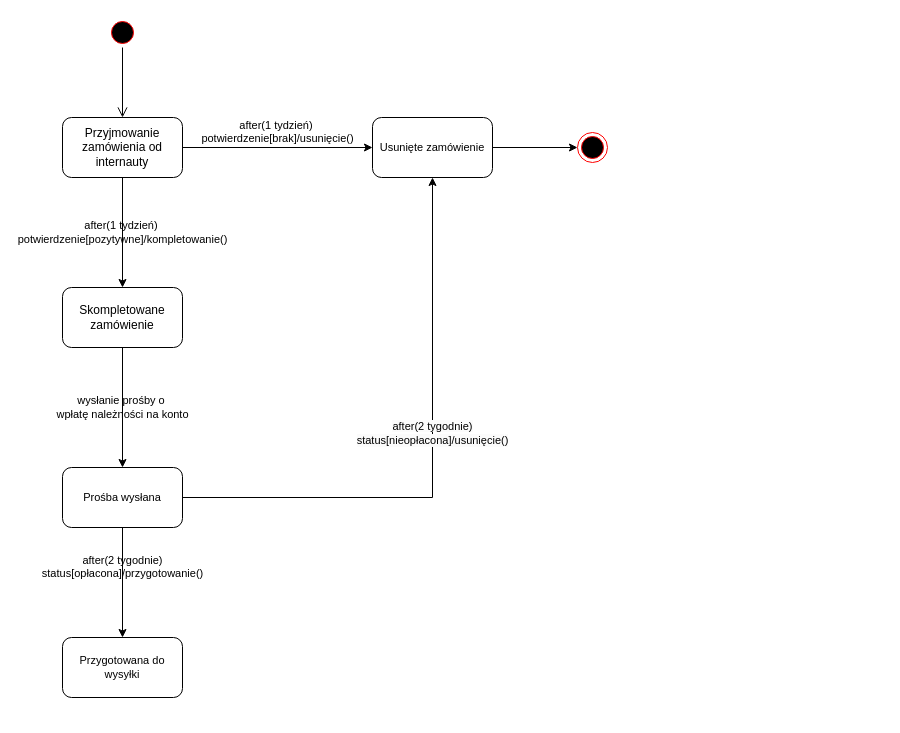
This is Diagram stanów wejściówka.drawio from Dziecky/UML, a draw.io file, before an edit. Source tidied: cells renumbered, new cells numbered last; positions are measured from the earlier drawing's top-left corner, leaving out a move shared by most shapes. Both pictures are drawn from the tidied source at 100%, with x=0, y=0 at pixel (62, 17).
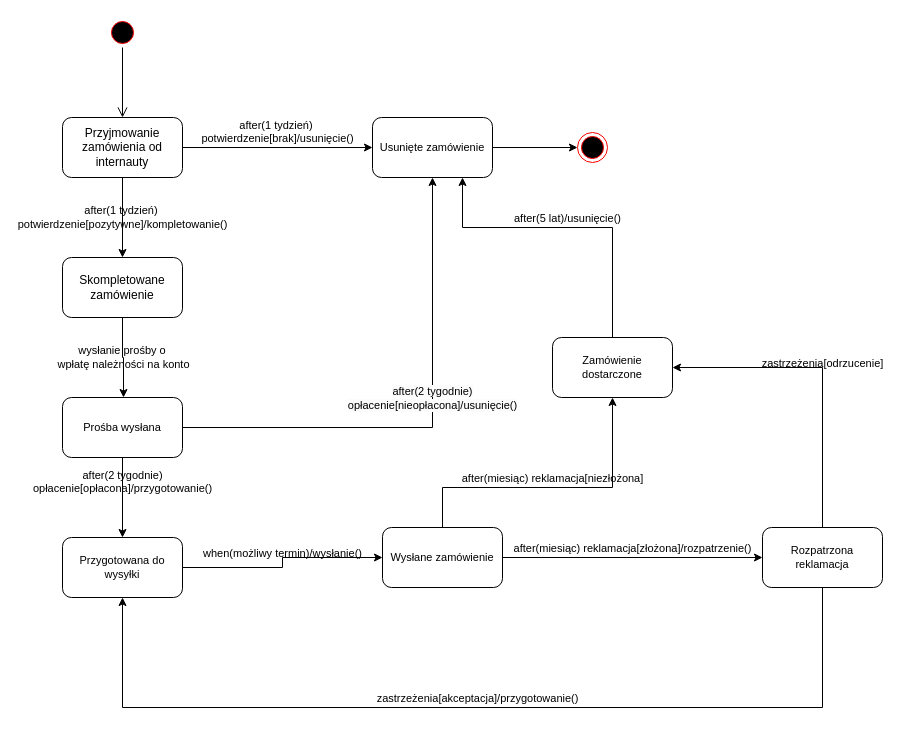
Above is the later version.

Unchanged cells that the change refers to:
```xml
<mxCell id="14" value="Usunięte zamówienie" style="rounded=1;whiteSpace=wrap;html=1;fontFamily=Helvetica;fontSize=11;fontColor=default;labelBackgroundColor=none;" parent="1" vertex="1">
  <mxGeometry x="310" y="100" width="120" height="60" as="geometry" />
</mxCell>
```

Change to the diagram source:
```diff
@@
     <mxCell id="7" value="wysłanie prośby o&amp;nbsp;&lt;div&gt;wpłatę należności na konto&lt;/div&gt;" style="edgeStyle=orthogonalEdgeStyle;rounded=0;jettySize=auto;html=1;labelBackgroundColor=none;" parent="1" edge="1" source="8" target="11">
       <mxGeometry relative="1" as="geometry">
         <Array as="points">
-          <mxPoint x="60" y="500" />
-          <mxPoint x="61" y="500" />
+          <mxPoint x="60" y="340" />
+          <mxPoint x="61" y="340" />
         </Array>
       </mxGeometry>
     </mxCell>
     <mxCell id="8" value="Skompletowane zamówienie" style="rounded=1;whiteSpace=wrap;html=1;" parent="1" vertex="1">
-      <mxGeometry y="270" width="120" height="60" as="geometry" />
+      <mxGeometry y="240" width="120" height="60" as="geometry" />
     </mxCell>
-    <mxCell id="9" value="after(2 tygodnie)&lt;div&gt;status[opłacona]/przygotowanie()&lt;/div&gt;" style="edgeStyle=orthogonalEdgeStyle;rounded=0;jettySize=auto;html=1;strokeColor=default;align=center;verticalAlign=bottom;fontFamily=Helvetica;fontSize=11;fontColor=default;labelBackgroundColor=none;endArrow=classic;" parent="1" edge="1" source="11" target="12">
+    <mxCell id="9" value="after(2 tygodnie)&lt;div&gt;opłacenie[opłacona]/przygotowanie()&lt;/div&gt;" style="edgeStyle=orthogonalEdgeStyle;rounded=0;jettySize=auto;html=1;strokeColor=default;align=center;verticalAlign=bottom;fontFamily=Helvetica;fontSize=11;fontColor=default;labelBackgroundColor=none;endArrow=classic;" parent="1" edge="1" source="11" target="12">
       <mxGeometry relative="1" as="geometry" />
     </mxCell>
-    <mxCell id="10" value="&lt;br&gt;&lt;span style=&quot;color: rgb(0, 0, 0); font-family: Helvetica; font-size: 11px; font-style: normal; font-variant-ligatures: normal; font-variant-caps: normal; font-weight: 400; letter-spacing: normal; orphans: 2; text-align: center; text-indent: 0px; text-transform: none; widows: 2; word-spacing: 0px; -webkit-text-stroke-width: 0px; white-space: nowrap; background-color: rgb(251, 251, 251); text-decoration-thickness: initial; text-decoration-style: initial; text-decoration-color: initial; display: inline !important; float: none;&quot;&gt;after(2 tygodnie)&lt;/span&gt;&lt;div style=&quot;forced-color-adjust: none; color: rgb(0, 0, 0); font-family: Helvetica; font-size: 11px; font-style: normal; font-variant-ligatures: normal; font-variant-caps: normal; font-weight: 400; letter-spacing: normal; orphans: 2; text-align: center; text-indent: 0px; text-transform: none; widows: 2; word-spacing: 0px; -webkit-text-stroke-width: 0px; white-space: nowrap; background-color: rgb(251, 251, 251); text-decoration-thickness: initial; text-decoration-style: initial; text-decoration-color: initial;&quot;&gt;status[nieopłacona]/usunięcie()&lt;/div&gt;&lt;div&gt;&lt;br/&gt;&lt;/div&gt;" style="edgeStyle=orthogonalEdgeStyle;rounded=0;jettySize=auto;html=1;strokeColor=default;align=center;verticalAlign=bottom;fontFamily=Helvetica;fontSize=11;fontColor=default;labelBackgroundColor=none;endArrow=classic;" parent="1" edge="1" source="11" target="14">
+    <mxCell id="10" value="&lt;br&gt;&lt;span style=&quot;color: rgb(0, 0, 0); font-family: Helvetica; font-size: 11px; font-style: normal; font-variant-ligatures: normal; font-variant-caps: normal; font-weight: 400; letter-spacing: normal; orphans: 2; text-align: center; text-indent: 0px; text-transform: none; widows: 2; word-spacing: 0px; -webkit-text-stroke-width: 0px; white-space: nowrap; background-color: rgb(251, 251, 251); text-decoration-thickness: initial; text-decoration-style: initial; text-decoration-color: initial; display: inline !important; float: none;&quot;&gt;after(2 tygodnie)&lt;/span&gt;&lt;div style=&quot;forced-color-adjust: none; color: rgb(0, 0, 0); font-family: Helvetica; font-size: 11px; font-style: normal; font-variant-ligatures: normal; font-variant-caps: normal; font-weight: 400; letter-spacing: normal; orphans: 2; text-align: center; text-indent: 0px; text-transform: none; widows: 2; word-spacing: 0px; -webkit-text-stroke-width: 0px; white-space: nowrap; background-color: rgb(251, 251, 251); text-decoration-thickness: initial; text-decoration-style: initial; text-decoration-color: initial;&quot;&gt;opłacenie[nieopłacona]/usunięcie()&lt;/div&gt;&lt;div&gt;&lt;br&gt;&lt;/div&gt;" style="edgeStyle=orthogonalEdgeStyle;rounded=0;jettySize=auto;html=1;strokeColor=default;align=center;verticalAlign=bottom;fontFamily=Helvetica;fontSize=11;fontColor=default;labelBackgroundColor=none;endArrow=classic;" parent="1" edge="1" source="11" target="14">
       <mxGeometry relative="1" as="geometry" />
     </mxCell>
     <mxCell id="11" value="Prośba wysłana" style="rounded=1;whiteSpace=wrap;html=1;fontFamily=Helvetica;fontSize=11;fontColor=default;labelBackgroundColor=none;" parent="1" vertex="1">
-      <mxGeometry y="450" width="120" height="60" as="geometry" />
+      <mxGeometry y="380" width="120" height="60" as="geometry" />
     </mxCell>
+    <mxCell id="16" value="when(możliwy termin)/wysłanie()" style="edgeStyle=orthogonalEdgeStyle;rounded=0;jettySize=auto;html=1;strokeColor=default;align=center;verticalAlign=bottom;fontFamily=Helvetica;fontSize=11;fontColor=default;labelBackgroundColor=none;endArrow=classic;" parent="1" edge="1" source="12" target="19">
+      <mxGeometry relative="1" as="geometry" />
+    </mxCell>
     <mxCell id="12" value="Przygotowana do wysyłki" style="rounded=1;whiteSpace=wrap;html=1;fontFamily=Helvetica;fontSize=11;fontColor=default;labelBackgroundColor=none;" parent="1" vertex="1">
-      <mxGeometry y="620" width="120" height="60" as="geometry" />
+      <mxGeometry y="520" width="120" height="60" as="geometry" />
     </mxCell>
@@
+    <mxCell id="17" value="after(miesiąc) reklamacja[złożona]/rozpatrzenie()" style="edgeStyle=orthogonalEdgeStyle;rounded=0;jettySize=auto;html=1;strokeColor=default;align=center;verticalAlign=bottom;fontFamily=Helvetica;fontSize=11;fontColor=default;labelBackgroundColor=none;endArrow=classic;" parent="1" edge="1" source="19" target="24">
+      <mxGeometry relative="1" as="geometry" />
+    </mxCell>
+    <mxCell id="18" value="after(miesiąc) reklamacja[niezłożona]" style="edgeStyle=orthogonalEdgeStyle;rounded=0;jettySize=auto;html=1;strokeColor=default;align=center;verticalAlign=bottom;fontFamily=Helvetica;fontSize=11;fontColor=default;labelBackgroundColor=none;endArrow=classic;" parent="1" edge="1" source="19" target="21">
+      <mxGeometry relative="1" as="geometry">
+        <Array as="points">
+          <mxPoint x="380" y="470" />
+          <mxPoint x="550" y="470" />
+        </Array>
+      </mxGeometry>
+    </mxCell>
+    <mxCell id="19" value="Wysłane zamówienie" style="rounded=1;whiteSpace=wrap;html=1;fontFamily=Helvetica;fontSize=11;fontColor=default;labelBackgroundColor=none;" parent="1" vertex="1">
+      <mxGeometry x="320" y="510" width="120" height="60" as="geometry" />
+    </mxCell>
+    <mxCell id="20" value="after(5 lat)/usunięcie()" style="edgeStyle=orthogonalEdgeStyle;rounded=0;jettySize=auto;html=1;strokeColor=default;align=center;verticalAlign=bottom;fontFamily=Helvetica;fontSize=11;fontColor=default;labelBackgroundColor=none;endArrow=classic;" parent="1" edge="1" source="21" target="14">
+      <mxGeometry relative="1" as="geometry">
+        <Array as="points">
+          <mxPoint x="550" y="210" />
+          <mxPoint x="400" y="210" />
+        </Array>
+      </mxGeometry>
+    </mxCell>
+    <mxCell id="21" value="Zamówienie dostarczone" style="rounded=1;whiteSpace=wrap;html=1;fontFamily=Helvetica;fontSize=11;fontColor=default;labelBackgroundColor=none;" parent="1" vertex="1">
+      <mxGeometry x="490" y="320" width="120" height="60" as="geometry" />
+    </mxCell>
+    <mxCell id="22" value="zastrzeżenia[akceptacja]/przygotowanie()" style="edgeStyle=orthogonalEdgeStyle;rounded=0;jettySize=auto;html=1;strokeColor=default;align=center;verticalAlign=bottom;fontFamily=Helvetica;fontSize=11;fontColor=default;labelBackgroundColor=none;endArrow=classic;exitX=0.5;exitY=1;exitDx=0;exitDy=0;" parent="1" edge="1" source="24" target="12">
+      <mxGeometry relative="1" as="geometry">
+        <Array as="points">
+          <mxPoint x="760" y="690" />
+          <mxPoint x="60" y="690" />
+        </Array>
+      </mxGeometry>
+    </mxCell>
+    <mxCell id="23" value="zastrzeżenia[odrzucenie]" style="edgeStyle=orthogonalEdgeStyle;rounded=0;jettySize=auto;html=1;strokeColor=default;align=center;verticalAlign=bottom;fontFamily=Helvetica;fontSize=11;fontColor=default;labelBackgroundColor=none;endArrow=classic;" parent="1" edge="1" source="24" target="21">
+      <mxGeometry relative="1" as="geometry">
+        <Array as="points">
+          <mxPoint x="760" y="350" />
+        </Array>
+      </mxGeometry>
+    </mxCell>
+    <mxCell id="24" value="Rozpatrzona reklamacja" style="rounded=1;whiteSpace=wrap;html=1;fontFamily=Helvetica;fontSize=11;fontColor=default;labelBackgroundColor=none;" parent="1" vertex="1">
+      <mxGeometry x="700" y="510" width="120" height="60" as="geometry" />
+    </mxCell>
```
